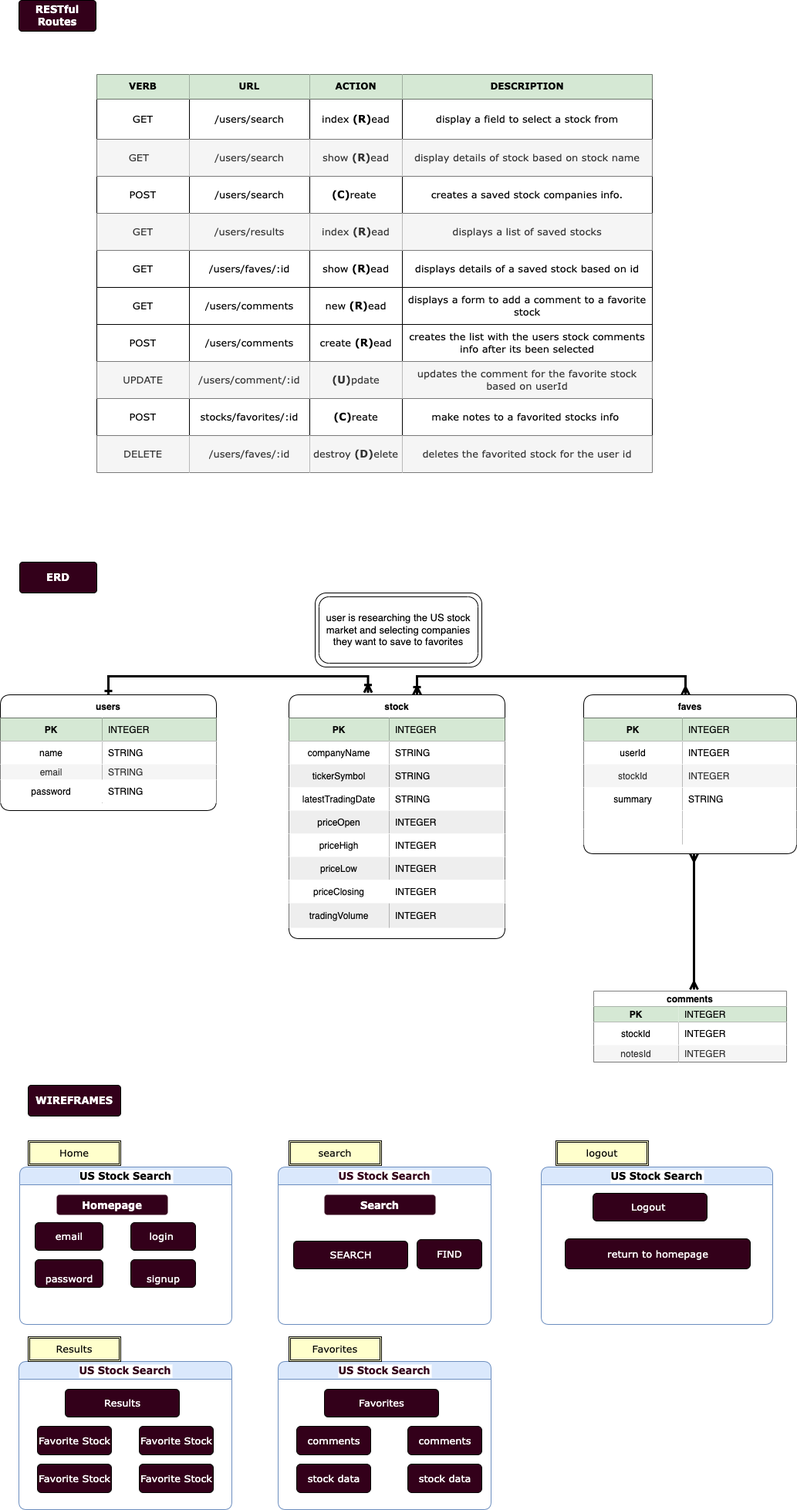
This is ERD.drawio.png from Professorsurf/Project-2, a draw.io export, as it was before one commit. Source tidied: cells renumbered, new cells last; positions are measured from the earlier drawing's top-left corner, leaving out a move shared by most shapes.
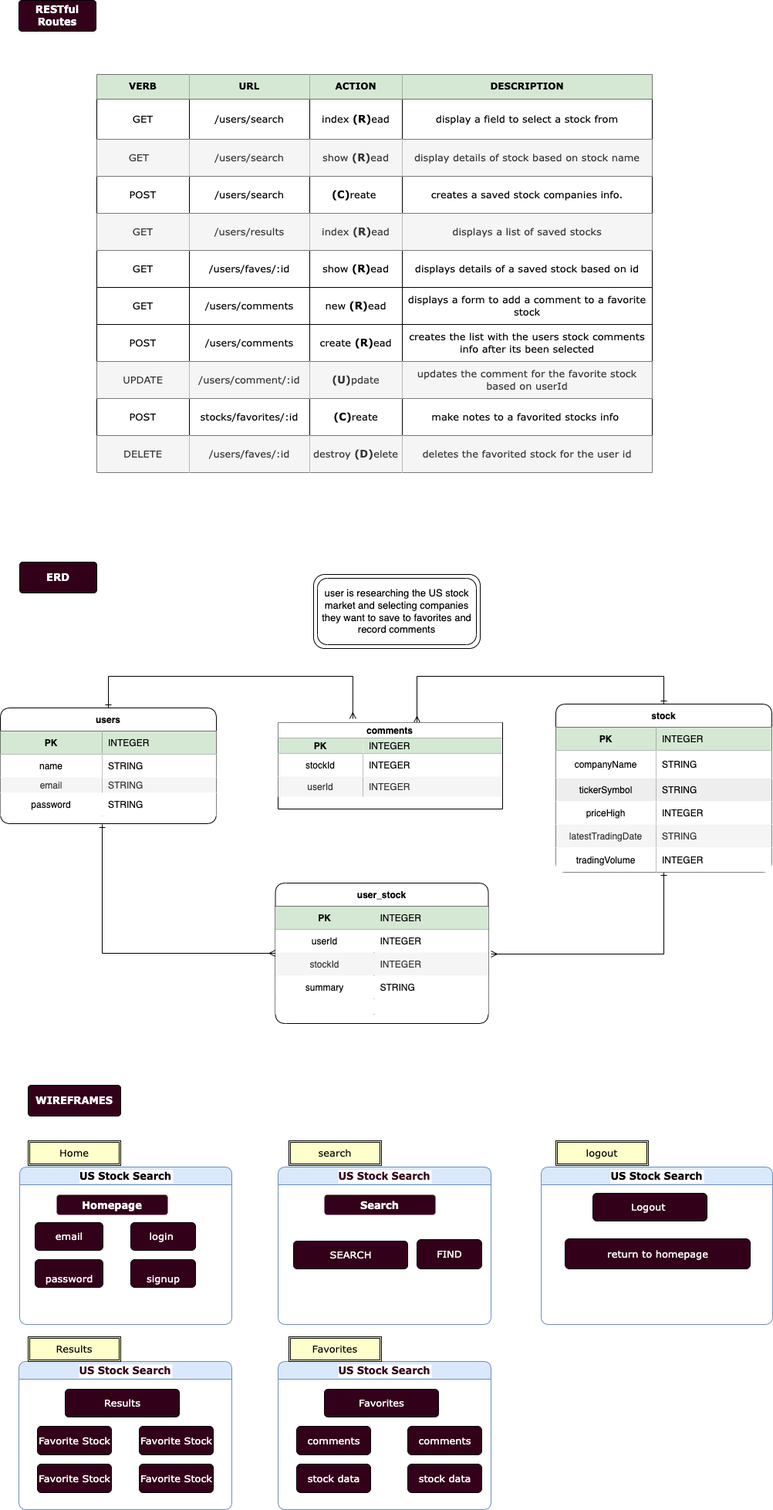
The same diagram one commit later.

Diff of the diagram source:
```diff
@@ -4,4 +4,12 @@
     <mxCell id="1" parent="0" />
+    <mxCell id="168" style="edgeStyle=orthogonalEdgeStyle;rounded=0;jettySize=auto;html=1;startArrow=ERmany;startFill=0;endArrow=ERone;endFill=0;exitX=0.334;exitY=-0.25;exitDx=0;exitDy=0;exitPerimeter=0;" parent="1" edge="1" source="44" target="2">
+      <mxGeometry relative="1" as="geometry">
+        <Array as="points">
+          <mxPoint x="457" y="876" />
+          <mxPoint x="140" y="876" />
+        </Array>
+      </mxGeometry>
+    </mxCell>
     <mxCell id="2" value="users" style="shape=table;startSize=30;rowLines=0;fontStyle=1;align=center;rounded=1;labelBackgroundColor=default;" parent="1" vertex="1">
-      <mxGeometry y="900" width="280" height="150" as="geometry" />
+      <mxGeometry y="917" width="280" height="150" as="geometry" />
     </mxCell>
@@ -43,4 +51,12 @@
     </mxCell>
+    <mxCell id="169" style="edgeStyle=orthogonalEdgeStyle;rounded=0;jettySize=auto;html=1;startArrow=ERmany;startFill=0;endArrow=ERone;endFill=0;entryX=0.5;entryY=1;entryDx=0;entryDy=0;" parent="1" edge="1" target="15">
+      <mxGeometry relative="1" as="geometry">
+        <mxPoint x="636" y="1236" as="sourcePoint" />
+        <Array as="points">
+          <mxPoint x="860" y="1236" />
+        </Array>
+      </mxGeometry>
+    </mxCell>
     <mxCell id="15" value="stock" style="shape=table;startSize=30;rowLines=0;fontStyle=1;align=center;rounded=1;shadow=0;" parent="1" vertex="1">
-      <mxGeometry x="374" y="900" width="280" height="316" as="geometry" />
+      <mxGeometry x="720" y="912" width="280" height="218" as="geometry" />
     </mxCell>
@@ -56,12 +72,12 @@
     <mxCell id="19" style="shape=tableRow;horizontal=0;startSize=0;swimlaneHead=0;swimlaneBody=0;fillColor=none;top=0;left=0;right=0;bottom=0;rounded=0;" parent="15" vertex="1">
-      <mxGeometry y="60" width="280" height="30" as="geometry" />
+      <mxGeometry y="60" width="280" height="36" as="geometry" />
     </mxCell>
     <mxCell id="20" value="companyName" style="shape=partialRectangle;top=0;left=0;bottom=0;right=0;overflow=hidden;rounded=0;" parent="19" vertex="1">
-      <mxGeometry width="130" height="30" as="geometry" />
+      <mxGeometry width="130" height="36" as="geometry" />
     </mxCell>
     <mxCell id="21" value="STRING" style="shape=partialRectangle;top=0;left=0;bottom=0;right=0;align=left;spacingLeft=6;overflow=hidden;rounded=0;" parent="19" vertex="1">
-      <mxGeometry x="130" width="150" height="30" as="geometry" />
+      <mxGeometry x="130" width="150" height="36" as="geometry" />
     </mxCell>
     <mxCell id="22" style="shape=tableRow;horizontal=0;startSize=0;swimlaneHead=0;swimlaneBody=0;fillColor=none;top=0;left=0;right=0;bottom=0;rounded=0;" parent="15" vertex="1">
-      <mxGeometry y="90" width="280" height="30" as="geometry" />
+      <mxGeometry y="96" width="280" height="30" as="geometry" />
     </mxCell>
@@ -73,110 +89,36 @@
     </mxCell>
+    <mxCell id="31" style="shape=tableRow;horizontal=0;startSize=0;swimlaneHead=0;swimlaneBody=0;fillColor=none;top=0;left=0;right=0;bottom=0;rounded=0;" parent="15" vertex="1">
+      <mxGeometry y="126" width="280" height="30" as="geometry" />
+    </mxCell>
+    <mxCell id="32" value="priceHigh" style="shape=partialRectangle;top=0;left=0;bottom=0;right=0;overflow=hidden;rounded=0;" parent="31" vertex="1">
+      <mxGeometry width="130" height="30" as="geometry" />
+    </mxCell>
+    <mxCell id="33" value="INTEGER" style="shape=partialRectangle;top=0;left=0;bottom=0;right=0;align=left;spacingLeft=6;overflow=hidden;rounded=0;" parent="31" vertex="1">
+      <mxGeometry x="130" width="150" height="30" as="geometry" />
+    </mxCell>
     <mxCell id="25" style="shape=tableRow;horizontal=0;startSize=0;swimlaneHead=0;swimlaneBody=0;fillColor=none;top=0;left=0;right=0;bottom=0;rounded=0;" parent="15" vertex="1">
-      <mxGeometry y="120" width="280" height="30" as="geometry" />
+      <mxGeometry y="156" width="280" height="30" as="geometry" />
     </mxCell>
-    <mxCell id="26" value="latestTradingDate" style="shape=partialRectangle;top=0;left=0;bottom=0;right=0;overflow=hidden;rounded=0;" parent="25" vertex="1">
+    <mxCell id="26" value="latestTradingDate" style="shape=partialRectangle;top=0;left=0;bottom=0;right=0;overflow=hidden;rounded=0;fillColor=#f5f5f5;fontColor=#333333;strokeColor=#666666;" parent="25" vertex="1">
       <mxGeometry width="130" height="30" as="geometry" />
     </mxCell>
-    <mxCell id="27" value="STRING" style="shape=partialRectangle;top=0;left=0;bottom=0;right=0;align=left;spacingLeft=6;overflow=hidden;rounded=0;" parent="25" vertex="1">
+    <mxCell id="27" value="STRING" style="shape=partialRectangle;top=0;left=0;bottom=0;right=0;align=left;spacingLeft=6;overflow=hidden;rounded=0;fillColor=#f5f5f5;fontColor=#333333;strokeColor=#666666;" parent="25" vertex="1">
       <mxGeometry x="130" width="150" height="30" as="geometry" />
     </mxCell>
-    <mxCell id="28" style="shape=tableRow;horizontal=0;startSize=0;swimlaneHead=0;swimlaneBody=0;fillColor=none;top=0;left=0;right=0;bottom=0;" parent="15" vertex="1">
-      <mxGeometry y="150" width="280" height="30" as="geometry" />
-    </mxCell>
-    <mxCell id="29" value="priceOpen" style="shape=partialRectangle;top=0;left=0;bottom=0;right=0;overflow=hidden;fillColor=#eeeeee;strokeColor=#36393d;" parent="28" vertex="1">
-      <mxGeometry width="130" height="30" as="geometry" />
-    </mxCell>
-    <mxCell id="30" value="INTEGER" style="shape=partialRectangle;top=0;left=0;bottom=0;right=0;align=left;spacingLeft=6;overflow=hidden;fillColor=#eeeeee;strokeColor=#36393d;" parent="28" vertex="1">
-      <mxGeometry x="130" width="150" height="30" as="geometry" />
-    </mxCell>
-    <mxCell id="31" style="shape=tableRow;horizontal=0;startSize=0;swimlaneHead=0;swimlaneBody=0;fillColor=none;top=0;left=0;right=0;bottom=0;rounded=0;" parent="15" vertex="1">
-      <mxGeometry y="180" width="280" height="30" as="geometry" />
-    </mxCell>
-    <mxCell id="32" value="priceHigh" style="shape=partialRectangle;top=0;left=0;bottom=0;right=0;overflow=hidden;rounded=0;" parent="31" vertex="1">
-      <mxGeometry width="130" height="30" as="geometry" />
-    </mxCell>
-    <mxCell id="33" value="INTEGER" style="shape=partialRectangle;top=0;left=0;bottom=0;right=0;align=left;spacingLeft=6;overflow=hidden;rounded=0;" parent="31" vertex="1">
-      <mxGeometry x="130" width="150" height="30" as="geometry" />
-    </mxCell>
-    <mxCell id="34" style="shape=tableRow;horizontal=0;startSize=0;swimlaneHead=0;swimlaneBody=0;fillColor=none;top=0;left=0;right=0;bottom=0;rounded=0;" parent="15" vertex="1">
-      <mxGeometry y="210" width="280" height="30" as="geometry" />
-    </mxCell>
-    <mxCell id="35" value="priceLow" style="shape=partialRectangle;top=0;left=0;bottom=0;right=0;overflow=hidden;rounded=0;fillColor=#eeeeee;strokeColor=#36393d;" parent="34" vertex="1">
-      <mxGeometry width="130" height="30" as="geometry" />
-    </mxCell>
-    <mxCell id="36" value="INTEGER" style="shape=partialRectangle;top=0;left=0;bottom=0;right=0;align=left;spacingLeft=6;overflow=hidden;rounded=0;fillColor=#eeeeee;strokeColor=#36393d;" parent="34" vertex="1">
-      <mxGeometry x="130" width="150" height="30" as="geometry" />
-    </mxCell>
-    <mxCell id="37" style="shape=tableRow;horizontal=0;startSize=0;swimlaneHead=0;swimlaneBody=0;top=0;left=0;right=0;bottom=0;" parent="15" vertex="1">
-      <mxGeometry y="240" width="280" height="30" as="geometry" />
-    </mxCell>
-    <mxCell id="38" value="priceClosing" style="shape=partialRectangle;top=0;left=0;bottom=0;right=0;overflow=hidden;" parent="37" vertex="1">
-      <mxGeometry width="130" height="30" as="geometry" />
-    </mxCell>
-    <mxCell id="39" value="INTEGER" style="shape=partialRectangle;top=0;left=0;bottom=0;right=0;align=left;spacingLeft=6;overflow=hidden;" parent="37" vertex="1">
-      <mxGeometry x="130" width="150" height="30" as="geometry" />
-    </mxCell>
     <mxCell id="40" style="shape=tableRow;horizontal=0;startSize=0;swimlaneHead=0;swimlaneBody=0;fillColor=none;top=0;left=0;right=0;bottom=0;" parent="15" vertex="1">
-      <mxGeometry y="270" width="280" height="32" as="geometry" />
+      <mxGeometry y="186" width="280" height="32" as="geometry" />
     </mxCell>
-    <mxCell id="41" value="tradingVolume" style="shape=partialRectangle;top=0;left=0;bottom=0;right=0;overflow=hidden;fillColor=#eeeeee;strokeColor=#36393d;" parent="40" vertex="1">
+    <mxCell id="41" value="tradingVolume" style="shape=partialRectangle;top=0;left=0;bottom=0;right=0;overflow=hidden;" parent="40" vertex="1">
       <mxGeometry width="130" height="32" as="geometry" />
     </mxCell>
-    <mxCell id="42" value="INTEGER" style="shape=partialRectangle;top=0;left=0;bottom=0;right=0;align=left;spacingLeft=6;overflow=hidden;fillColor=#eeeeee;strokeColor=#36393d;" parent="40" vertex="1">
+    <mxCell id="42" value="INTEGER" style="shape=partialRectangle;top=0;left=0;bottom=0;right=0;align=left;spacingLeft=6;overflow=hidden;" parent="40" vertex="1">
       <mxGeometry x="130" width="150" height="32" as="geometry" />
     </mxCell>
-    <mxCell id="43" value="userComments" style="shape=table;startSize=0;rowLines=0;fontStyle=1;align=center;rounded=1;" parent="1" vertex="1">
-      <mxGeometry x="769" y="1284" width="250" height="92" as="geometry" />
-    </mxCell>
-    <mxCell id="44" style="shape=tableRow;horizontal=0;startSize=0;swimlaneHead=0;swimlaneBody=0;fillColor=none;points=[[0,0.5],[1,0.5]];portConstraint=eastwest;top=0;left=0;right=0;bottom=1;rounded=0;" parent="43" vertex="1">
-      <mxGeometry width="250" height="20" as="geometry" />
-    </mxCell>
-    <mxCell id="45" value="comments" style="shape=partialRectangle;top=0;left=0;bottom=0;right=0;fontStyle=1;overflow=hidden;rounded=0;rowspan=1;colspan=2;" parent="44" vertex="1">
-      <mxGeometry width="250" height="20" as="geometry" />
-    </mxCell>
-    <mxCell id="46" style="shape=tableRow;horizontal=0;startSize=0;swimlaneHead=0;swimlaneBody=0;fillColor=none;top=0;left=0;right=0;bottom=1;rounded=0;" parent="43" vertex="1">
-      <mxGeometry y="20" width="250" height="20" as="geometry" />
-    </mxCell>
-    <mxCell id="47" value="PK" style="shape=partialRectangle;fillColor=#d5e8d4;top=0;left=0;bottom=0;right=0;fontStyle=1;overflow=hidden;strokeColor=#82b366;rounded=0;" parent="46" vertex="1">
-      <mxGeometry width="110" height="20" as="geometry" />
-    </mxCell>
-    <mxCell id="48" value="INTEGER" style="shape=partialRectangle;fillColor=#d5e8d4;top=0;left=0;bottom=0;right=0;align=left;spacingLeft=6;fontStyle=0;overflow=hidden;strokeColor=#82b366;rounded=0;" parent="46" vertex="1">
-      <mxGeometry x="110" width="140" height="20" as="geometry" />
-    </mxCell>
-    <mxCell id="49" style="shape=tableRow;horizontal=0;startSize=0;swimlaneHead=0;swimlaneBody=0;fillColor=none;top=0;left=0;right=0;bottom=0;" parent="43" vertex="1">
-      <mxGeometry y="40" width="250" height="30" as="geometry" />
-    </mxCell>
-    <mxCell id="50" value="stockId" style="shape=partialRectangle;top=0;left=0;bottom=0;right=0;overflow=hidden;" parent="49" vertex="1">
-      <mxGeometry width="110" height="30" as="geometry" />
-    </mxCell>
-    <mxCell id="51" value="INTEGER" style="shape=partialRectangle;top=0;left=0;bottom=0;right=0;align=left;spacingLeft=6;overflow=hidden;" parent="49" vertex="1">
-      <mxGeometry x="110" width="140" height="30" as="geometry" />
-    </mxCell>
-    <mxCell id="52" style="shape=tableRow;horizontal=0;startSize=0;swimlaneHead=0;swimlaneBody=0;fillColor=none;top=0;left=0;right=0;bottom=0;rounded=0;" parent="43" vertex="1">
-      <mxGeometry y="70" width="250" height="22" as="geometry" />
-    </mxCell>
-    <mxCell id="53" value="notesId" style="shape=partialRectangle;top=0;left=0;bottom=0;right=0;overflow=hidden;rounded=0;fillColor=#f5f5f5;fontColor=#333333;strokeColor=#666666;" parent="52" vertex="1">
-      <mxGeometry width="110" height="22" as="geometry" />
-    </mxCell>
-    <mxCell id="54" value="INTEGER" style="shape=partialRectangle;top=0;left=0;bottom=0;right=0;align=left;spacingLeft=6;overflow=hidden;rounded=0;fillColor=#f5f5f5;fontColor=#333333;strokeColor=#666666;" parent="52" vertex="1">
-      <mxGeometry x="110" width="140" height="22" as="geometry" />
-    </mxCell>
-    <mxCell id="55" style="edgeStyle=orthogonalEdgeStyle;rounded=0;jettySize=auto;html=1;startArrow=ERmany;startFill=0;endArrow=ERmany;endFill=0;strokeWidth=3;entryX=0.52;entryY=-0.1;entryDx=0;entryDy=0;entryPerimeter=0;" parent="1" edge="1" source="57" target="44">
-      <mxGeometry relative="1" as="geometry">
-        <Array as="points">
-          <mxPoint x="899" y="1224" />
-          <mxPoint x="899" y="1224" />
-        </Array>
-      </mxGeometry>
-    </mxCell>
-    <mxCell id="56" style="edgeStyle=orthogonalEdgeStyle;rounded=0;jettySize=auto;html=1;startArrow=ERmany;startFill=0;endArrow=ERoneToMany;endFill=0;strokeWidth=3;entryX=0.593;entryY=0;entryDx=0;entryDy=0;entryPerimeter=0;" parent="1" edge="1" source="57" target="15">
-      <mxGeometry relative="1" as="geometry">
-        <Array as="points">
-          <mxPoint x="888" y="876" />
-          <mxPoint x="540" y="876" />
-        </Array>
-      </mxGeometry>
-    </mxCell>
+    <mxCell id="170" style="edgeStyle=orthogonalEdgeStyle;rounded=0;jettySize=auto;html=1;startArrow=ERmany;startFill=0;endArrow=ERone;endFill=0;" parent="1" edge="1" source="57">
+      <mxGeometry relative="1" as="geometry">
+        <mxPoint x="132" y="1068" as="targetPoint" />
+      </mxGeometry>
+    </mxCell>
-    <mxCell id="57" value="faves" style="shape=table;startSize=30;rowLines=0;fontStyle=1;align=center;rounded=1;swimlaneLine=1;" parent="1" vertex="1">
-      <mxGeometry x="756" y="900" width="276" height="206" as="geometry" />
+    <mxCell id="57" value="user_stock" style="shape=table;startSize=30;rowLines=0;fontStyle=1;align=center;rounded=1;swimlaneLine=1;" parent="1" vertex="1">
+      <mxGeometry x="356.5" y="1144" width="276" height="182" as="geometry" />
     </mxCell>
@@ -219,29 +161,12 @@
     <mxCell id="70" style="shape=tableRow;horizontal=0;startSize=0;swimlaneHead=0;swimlaneBody=0;fillColor=none;top=0;left=0;right=0;bottom=0;rounded=0;" parent="57" vertex="1">
-      <mxGeometry y="150" width="276" height="24" as="geometry" />
+      <mxGeometry y="150" width="276" height="20" as="geometry" />
     </mxCell>
     <mxCell id="71" style="shape=partialRectangle;top=0;left=0;bottom=0;right=0;overflow=hidden;rounded=0;" parent="70" vertex="1">
-      <mxGeometry width="128" height="24" as="geometry" />
+      <mxGeometry width="128" height="20" as="geometry" />
     </mxCell>
     <mxCell id="72" style="shape=partialRectangle;top=0;left=0;bottom=0;right=0;align=left;spacingLeft=6;overflow=hidden;rounded=0;" parent="70" vertex="1">
-      <mxGeometry x="128" width="148" height="24" as="geometry" />
+      <mxGeometry x="128" width="148" height="20" as="geometry" />
     </mxCell>
-    <mxCell id="73" style="shape=tableRow;horizontal=0;startSize=0;swimlaneHead=0;swimlaneBody=0;fillColor=none;top=0;left=0;right=0;bottom=0;rounded=1;shadow=0;sketch=0;fontFamily=Verdana;" parent="57" vertex="1">
-      <mxGeometry y="174" width="276" height="20" as="geometry" />
-    </mxCell>
-    <mxCell id="74" style="shape=partialRectangle;top=0;left=0;bottom=0;right=0;overflow=hidden;rounded=1;shadow=0;sketch=0;fontFamily=Verdana;" parent="73" vertex="1">
-      <mxGeometry width="128" height="20" as="geometry" />
-    </mxCell>
-    <mxCell id="75" style="shape=partialRectangle;top=0;left=0;bottom=0;right=0;align=left;spacingLeft=6;overflow=hidden;rounded=1;shadow=0;sketch=0;fontFamily=Verdana;" parent="73" vertex="1">
-      <mxGeometry x="128" width="148" height="20" as="geometry" />
-    </mxCell>
-    <mxCell id="76" style="edgeStyle=orthogonalEdgeStyle;rounded=0;jettySize=auto;html=1;startArrow=ERoneToMany;startFill=0;endArrow=ERone;endFill=0;strokeWidth=3;entryX=0.5;entryY=0;entryDx=0;entryDy=0;exitX=0.366;exitY=-0.009;exitDx=0;exitDy=0;exitPerimeter=0;" parent="1" edge="1" source="15" target="2">
-      <mxGeometry relative="1" as="geometry">
-        <Array as="points">
-          <mxPoint x="477" y="876" />
-          <mxPoint x="140" y="876" />
-        </Array>
-      </mxGeometry>
-    </mxCell>
-    <mxCell id="77" value="user is researching the US stock market and selecting companies they want to save to favorites" style="shape=ext;margin=3;double=1;whiteSpace=wrap;html=1;align=center;rounded=1;shadow=0;fontSize=13;" parent="1" vertex="1">
-      <mxGeometry x="408" y="768" width="216" height="96" as="geometry" />
+    <mxCell id="77" value="user is researching the US stock market and selecting companies they want to save to favorites and record comments" style="shape=ext;margin=3;double=1;whiteSpace=wrap;html=1;align=center;rounded=1;shadow=0;fontSize=13;" parent="1" vertex="1">
+      <mxGeometry x="406" y="744" width="216" height="96" as="geometry" />
     </mxCell>
@@ -517,2 +442,46 @@
     </mxCell>
+    <mxCell id="171" style="edgeStyle=orthogonalEdgeStyle;rounded=0;jettySize=auto;html=1;entryX=0.5;entryY=0;entryDx=0;entryDy=0;startArrow=ERmany;startFill=0;endArrow=ERone;endFill=0;" parent="1" edge="1" source="43" target="15">
+      <mxGeometry relative="1" as="geometry">
+        <Array as="points">
+          <mxPoint x="540" y="876" />
+          <mxPoint x="860" y="876" />
+        </Array>
+      </mxGeometry>
+    </mxCell>
+    <mxCell id="43" value="userComments" style="shape=table;startSize=0;rowLines=0;fontStyle=1;align=center;rounded=1;" parent="1" vertex="1">
+      <mxGeometry x="360" y="936" width="291" height="112" as="geometry" />
+    </mxCell>
+    <mxCell id="44" style="shape=tableRow;horizontal=0;startSize=0;swimlaneHead=0;swimlaneBody=0;fillColor=none;points=[[0,0.5],[1,0.5]];portConstraint=eastwest;top=0;left=0;right=0;bottom=1;rounded=0;" parent="43" vertex="1">
+      <mxGeometry width="290" height="20" as="geometry" />
+    </mxCell>
+    <mxCell id="45" value="comments" style="shape=partialRectangle;top=0;left=0;bottom=0;right=0;fontStyle=1;overflow=hidden;rounded=0;rowspan=1;colspan=2;" parent="44" vertex="1">
+      <mxGeometry width="290" height="20" as="geometry" />
+    </mxCell>
+    <mxCell id="46" style="shape=tableRow;horizontal=0;startSize=0;swimlaneHead=0;swimlaneBody=0;fillColor=none;top=0;left=0;right=0;bottom=1;rounded=0;" parent="43" vertex="1">
+      <mxGeometry y="20" width="290" height="20" as="geometry" />
+    </mxCell>
+    <mxCell id="47" value="PK" style="shape=partialRectangle;fillColor=#d5e8d4;top=0;left=0;bottom=0;right=0;fontStyle=1;overflow=hidden;strokeColor=#82b366;rounded=0;" parent="46" vertex="1">
+      <mxGeometry width="110" height="20" as="geometry" />
+    </mxCell>
+    <mxCell id="48" value="INTEGER" style="shape=partialRectangle;fillColor=#d5e8d4;top=0;left=0;bottom=0;right=0;align=left;spacingLeft=6;fontStyle=0;overflow=hidden;strokeColor=#82b366;rounded=0;" parent="46" vertex="1">
+      <mxGeometry x="110" width="180" height="20" as="geometry" />
+    </mxCell>
+    <mxCell id="49" style="shape=tableRow;horizontal=0;startSize=0;swimlaneHead=0;swimlaneBody=0;fillColor=none;top=0;left=0;right=0;bottom=0;" parent="43" vertex="1">
+      <mxGeometry y="40" width="290" height="30" as="geometry" />
+    </mxCell>
+    <mxCell id="50" value="stockId" style="shape=partialRectangle;top=0;left=0;bottom=0;right=0;overflow=hidden;" parent="49" vertex="1">
+      <mxGeometry width="110" height="30" as="geometry" />
+    </mxCell>
+    <mxCell id="51" value="INTEGER" style="shape=partialRectangle;top=0;left=0;bottom=0;right=0;align=left;spacingLeft=6;overflow=hidden;" parent="49" vertex="1">
+      <mxGeometry x="110" width="180" height="30" as="geometry" />
+    </mxCell>
+    <mxCell id="52" style="shape=tableRow;horizontal=0;startSize=0;swimlaneHead=0;swimlaneBody=0;fillColor=none;top=0;left=0;right=0;bottom=0;rounded=0;" parent="43" vertex="1">
+      <mxGeometry y="70" width="290" height="26" as="geometry" />
+    </mxCell>
+    <mxCell id="53" value="userId" style="shape=partialRectangle;top=0;left=0;bottom=0;right=0;overflow=hidden;rounded=0;fillColor=#f5f5f5;fontColor=#333333;strokeColor=#666666;" parent="52" vertex="1">
+      <mxGeometry width="110" height="26" as="geometry" />
+    </mxCell>
+    <mxCell id="54" value="INTEGER" style="shape=partialRectangle;top=0;left=0;bottom=0;right=0;align=left;spacingLeft=6;overflow=hidden;rounded=0;fillColor=#f5f5f5;fontColor=#333333;strokeColor=#666666;" parent="52" vertex="1">
+      <mxGeometry x="110" width="180" height="26" as="geometry" />
+    </mxCell>
   </root>
```
